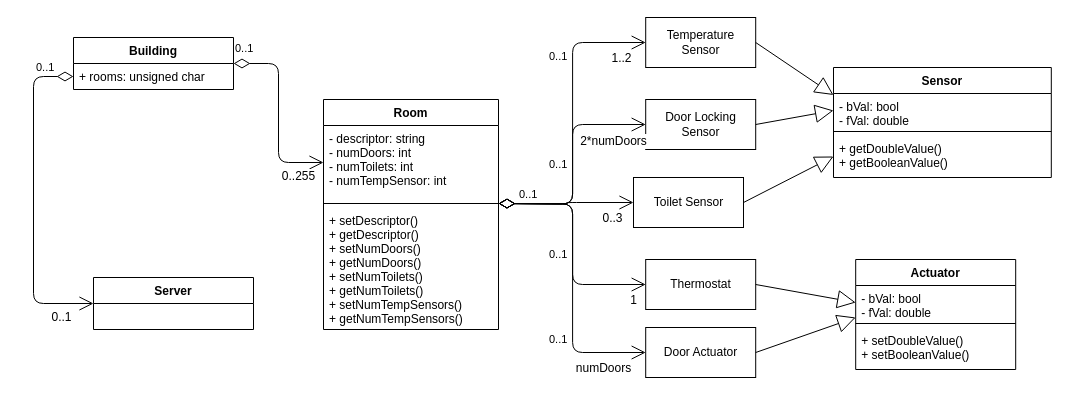
Above: Anforderungen/Fachklassen/Fachklassen.drawio in FHWestkuesteSWE/projektgebaeude-juicy-errors (draw.io), before the change. Source tidied: cells renumbered, new cells numbered last; positions are measured from the earlier drawing's top-left corner, leaving out a move shared by most shapes. Both pictures are drawn from the tidied source at 100%, with x=0, y=0 at pixel (33, 17).
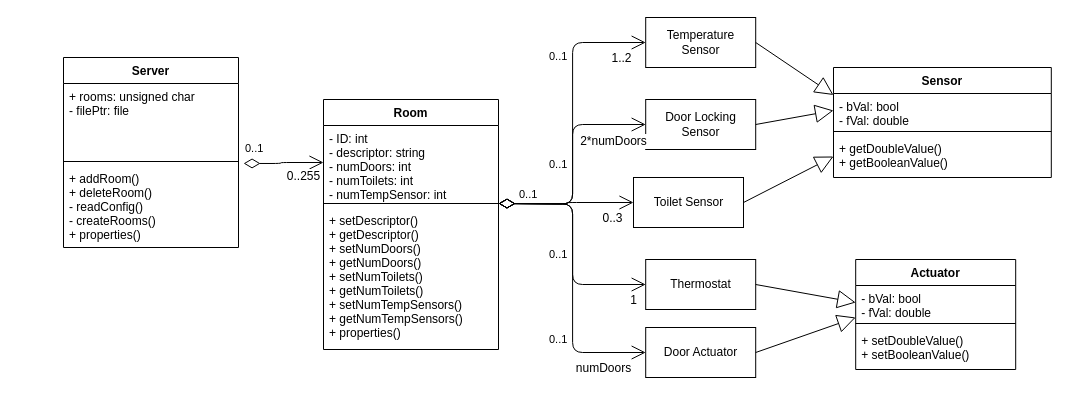
After the change.

Commit message (it also covers changes not shown here):
Updated class diagram

Change to the diagram source:
```diff
@@
-    <mxCell id="22" value="0..1" style="endArrow=open;html=1;endSize=12;startArrow=diamondThin;startSize=14;startFill=0;edgeStyle=orthogonalEdgeStyle;align=left;verticalAlign=bottom;entryX=0;entryY=0.5;entryDx=0;entryDy=0;exitX=1;exitY=0.5;exitDx=0;exitDy=0;" parent="1" edge="1" source="26" target="30">
+    <mxCell id="22" value="0..1" style="endArrow=open;html=1;endSize=12;startArrow=diamondThin;startSize=14;startFill=0;edgeStyle=orthogonalEdgeStyle;align=left;verticalAlign=bottom;entryX=0;entryY=0.5;entryDx=0;entryDy=0;exitX=1.029;exitY=-0.025;exitDx=0;exitDy=0;exitPerimeter=0;" parent="1" edge="1" source="43" target="30">
       <mxGeometry x="-1" y="6" relative="1" as="geometry" />
     </mxCell>
@@
-    <mxCell id="24" value="0..1" style="endArrow=open;html=1;endSize=12;startArrow=diamondThin;startSize=14;startFill=0;edgeStyle=orthogonalEdgeStyle;align=left;verticalAlign=bottom;entryX=0;entryY=0.5;entryDx=0;entryDy=0;exitX=0;exitY=0.5;exitDx=0;exitDy=0;" parent="1" edge="1" source="28" target="27">
-      <mxGeometry x="-0.76" relative="1" as="geometry">
-        <Array as="points">
-          <mxPoint y="59" />
-          <mxPoint y="286" />
-        </Array>
-      </mxGeometry>
-    </mxCell>
-    <mxCell id="25" value="0..1" style="text;html=1;align=center;verticalAlign=middle;labelBackgroundColor=#ffffff;" parent="24" vertex="1">
-      <mxGeometry x="0.9" y="-3" relative="1" as="geometry">
-        <mxPoint x="-16.9" y="10" as="offset" />
-      </mxGeometry>
-    </mxCell>
-    <mxCell id="26" value="Building" style="swimlane;fontStyle=1;align=center;verticalAlign=top;horizontal=1;startSize=26;" parent="1" vertex="1">
-      <mxGeometry x="40" y="20" width="160" height="52" as="geometry" />
-    </mxCell>
-    <mxCell id="27" value="Server" style="swimlane;fontStyle=1;align=center;verticalAlign=top;horizontal=1;startSize=26;" parent="1" vertex="1">
-      <mxGeometry x="60" y="260" width="160" height="52" as="geometry" />
-    </mxCell>
-    <mxCell id="28" value="+ rooms: unsigned char" style="text;strokeColor=none;fillColor=none;align=left;verticalAlign=top;spacingLeft=4;spacingRight=4;overflow=hidden;points=[[0,0.5],[1,0.5]];portConstraint=eastwest;" parent="1" vertex="1">
-      <mxGeometry x="40" y="46" width="160" height="26" as="geometry" />
-    </mxCell>
     <mxCell id="29" value="Room" style="swimlane;fontStyle=1;align=center;verticalAlign=top;horizontal=1;startSize=26;" parent="1" vertex="1">
-      <mxGeometry x="290" y="82" width="175" height="230" as="geometry" />
+      <mxGeometry x="290" y="82" width="175" height="250" as="geometry" />
     </mxCell>
-    <mxCell id="30" value="- descriptor: string &#10;- numDoors: int&#10;- numToilets: int&#10;- numTempSensor: int&#10;" style="text;strokeColor=none;fillColor=none;align=left;verticalAlign=top;spacingLeft=4;spacingRight=4;overflow=hidden;points=[[0,0.5],[1,0.5]];portConstraint=eastwest;" parent="29" vertex="1">
+    <mxCell id="30" value="- ID: int&#10;- descriptor: string &#10;- numDoors: int&#10;- numToilets: int&#10;- numTempSensor: int&#10;" style="text;strokeColor=none;fillColor=none;align=left;verticalAlign=top;spacingLeft=4;spacingRight=4;overflow=hidden;points=[[0,0.5],[1,0.5]];portConstraint=eastwest;" parent="29" vertex="1">
       <mxGeometry y="26" width="175" height="74" as="geometry" />
     </mxCell>
@@
-    <mxCell id="32" value="+ setDescriptor()&#10;+ getDescriptor()&#10;+ setNumDoors()&#10;+ getNumDoors()&#10;+ setNumToilets()&#10;+ getNumToilets()&#10;+ setNumTempSensors()&#10;+ getNumTempSensors()" style="text;strokeColor=none;fillColor=none;align=left;verticalAlign=top;spacingLeft=4;spacingRight=4;overflow=hidden;" parent="29" vertex="1">
-      <mxGeometry y="108" width="175" height="122" as="geometry" />
+    <mxCell id="32" value="+ setDescriptor()&#10;+ getDescriptor()&#10;+ setNumDoors()&#10;+ getNumDoors()&#10;+ setNumToilets()&#10;+ getNumToilets()&#10;+ setNumTempSensors()&#10;+ getNumTempSensors()&#10;+ properties()" style="text;strokeColor=none;fillColor=none;align=left;verticalAlign=top;spacingLeft=4;spacingRight=4;overflow=hidden;" parent="29" vertex="1">
+      <mxGeometry y="108" width="175" height="142" as="geometry" />
     </mxCell>
@@
+    <mxCell id="27" value="Server" style="swimlane;fontStyle=1;align=center;verticalAlign=top;horizontal=1;startSize=26;" parent="1" vertex="1">
+      <mxGeometry x="30" y="40" width="175" height="190" as="geometry" />
+    </mxCell>
+    <mxCell id="41" value="+ rooms: unsigned char&#10;- filePtr: file" style="text;strokeColor=none;fillColor=none;align=left;verticalAlign=top;spacingLeft=4;spacingRight=4;overflow=hidden;" parent="27" vertex="1">
+      <mxGeometry y="26" width="175" height="74" as="geometry" />
+    </mxCell>
+    <mxCell id="42" style="line;strokeWidth=1;fillColor=none;align=left;verticalAlign=middle;spacingTop=-1;spacingLeft=3;spacingRight=3;labelPosition=right;" parent="27" vertex="1">
+      <mxGeometry y="100" width="175" height="8" as="geometry" />
+    </mxCell>
+    <mxCell id="43" value="+ addRoom()&#10;+ deleteRoom()&#10;- readConfig()&#10;- createRooms()&#10;+ properties()&#10;" style="text;strokeColor=none;fillColor=none;align=left;verticalAlign=top;spacingLeft=4;spacingRight=4;overflow=hidden;points=[[0,0.5],[1,0.5]];portConstraint=eastwest;" parent="27" vertex="1">
+      <mxGeometry y="108" width="175" height="82" as="geometry" />
+    </mxCell>
```
